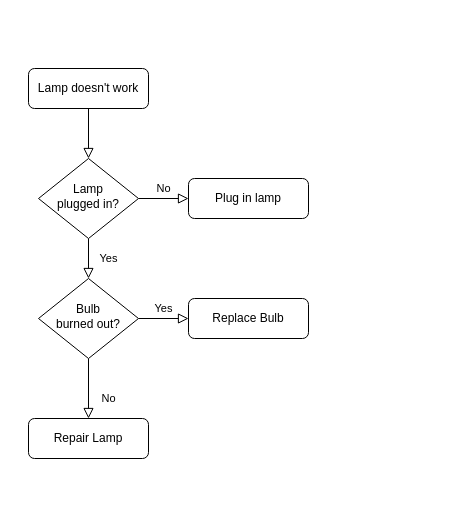
Earlier version of the draw.io diagram Untitled Diagram.drawio (dclarken/draw.io). Source tidied: cells renumbered, new cells numbered last; positions are measured from the earlier drawing's top-left corner, leaving out a move shared by most shapes. Both pictures are drawn from the tidied source at 100%, with x=0, y=0 at pixel (28, 68).
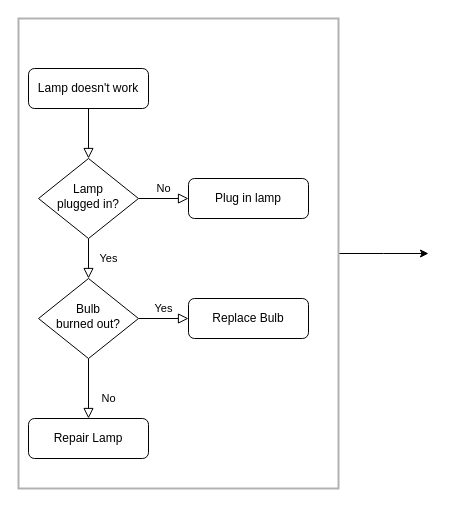
The same page after the edit.

What changed in the source:
```diff
@@
 <mxGraphModel>
   <root>
     <mxCell id="0" />
     <mxCell id="1" parent="0" />
+    <mxCell id="13" style="edgeStyle=orthogonalEdgeStyle;rounded=0;jettySize=auto;html=1;" parent="1" edge="1" source="14">
+      <mxGeometry relative="1" as="geometry">
+        <mxPoint x="400" y="185" as="targetPoint" />
+      </mxGeometry>
+    </mxCell>
+    <mxCell id="14" style="rounded=0;whiteSpace=wrap;html=1;imageAspect=1;shadow=0;labelBackgroundColor=#CC99FF;labelBorderColor=none;glass=0;strokeWidth=2;perimeterSpacing=1;opacity=30;" parent="1" vertex="1">
+      <mxGeometry x="-10" y="-50" width="320" height="470" as="geometry" />
+    </mxCell>
     <mxCell id="2" style="rounded=0;html=1;jettySize=auto;fontSize=11;endArrow=block;endFill=0;endSize=8;strokeWidth=1;shadow=0;labelBackgroundColor=none;edgeStyle=orthogonalEdgeStyle;" parent="1" edge="1" source="3" target="6">
       <mxGeometry relative="1" as="geometry" />
     </mxCell>
     <mxCell id="3" value="Lamp doesn't work" style="rounded=1;whiteSpace=wrap;html=1;fontSize=12;glass=0;strokeWidth=1;shadow=0;" parent="1" vertex="1">
       <mxGeometry width="120" height="40" as="geometry" />
     </mxCell>
     <mxCell id="4" value="Yes" style="rounded=0;html=1;jettySize=auto;fontSize=11;endArrow=block;endFill=0;endSize=8;strokeWidth=1;shadow=0;labelBackgroundColor=none;edgeStyle=orthogonalEdgeStyle;" parent="1" edge="1" source="6" target="10">
       <mxGeometry y="20" relative="1" as="geometry" />
     </mxCell>
     <mxCell id="5" value="No" style="edgeStyle=orthogonalEdgeStyle;rounded=0;html=1;jettySize=auto;fontSize=11;endArrow=block;endFill=0;endSize=8;strokeWidth=1;shadow=0;labelBackgroundColor=none;" parent="1" edge="1" source="6" target="7">
       <mxGeometry y="10" relative="1" as="geometry" />
     </mxCell>
     <mxCell id="6" value="Lamp&lt;br&gt;plugged in?" style="rhombus;whiteSpace=wrap;html=1;shadow=0;fontFamily=Helvetica;fontSize=12;align=center;strokeWidth=1;spacing=6;spacingTop=-4;" parent="1" vertex="1">
       <mxGeometry x="10" y="90" width="100" height="80" as="geometry" />
     </mxCell>
     <mxCell id="7" value="Plug in lamp" style="rounded=1;whiteSpace=wrap;html=1;fontSize=12;glass=0;strokeWidth=1;shadow=0;" parent="1" vertex="1">
       <mxGeometry x="160" y="110" width="120" height="40" as="geometry" />
     </mxCell>
     <mxCell id="8" value="No" style="rounded=0;html=1;jettySize=auto;fontSize=11;endArrow=block;endFill=0;endSize=8;strokeWidth=1;shadow=0;labelBackgroundColor=none;edgeStyle=orthogonalEdgeStyle;" parent="1" edge="1" source="10" target="11">
       <mxGeometry x="0.33" y="20" relative="1" as="geometry" />
     </mxCell>
     <mxCell id="9" value="Yes" style="edgeStyle=orthogonalEdgeStyle;rounded=0;html=1;jettySize=auto;fontSize=11;endArrow=block;endFill=0;endSize=8;strokeWidth=1;shadow=0;labelBackgroundColor=none;" parent="1" edge="1" source="10" target="12">
       <mxGeometry y="10" relative="1" as="geometry" />
     </mxCell>
     <mxCell id="10" value="Bulb&lt;br&gt;burned out?" style="rhombus;whiteSpace=wrap;html=1;shadow=0;fontFamily=Helvetica;fontSize=12;align=center;strokeWidth=1;spacing=6;spacingTop=-4;" parent="1" vertex="1">
       <mxGeometry x="10" y="210" width="100" height="80" as="geometry" />
     </mxCell>
     <mxCell id="11" value="Repair Lamp" style="rounded=1;whiteSpace=wrap;html=1;fontSize=12;glass=0;strokeWidth=1;shadow=0;" parent="1" vertex="1">
       <mxGeometry y="350" width="120" height="40" as="geometry" />
     </mxCell>
     <mxCell id="12" value="Replace Bulb" style="rounded=1;whiteSpace=wrap;html=1;fontSize=12;glass=0;strokeWidth=1;shadow=0;" parent="1" vertex="1">
       <mxGeometry x="160" y="230" width="120" height="40" as="geometry" />
     </mxCell>
   </root>
 </mxGraphModel>
```
